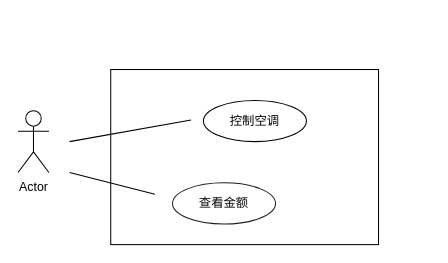
The draw.io diagram Doc&Ref/Phase3/customer/用例图.drawio in RiddMa/SoftwareEngineering2021, before the edit. Source tidied: cells renumbered, new cells numbered last; positions are measured from the earlier drawing's top-left corner, leaving out a move shared by most shapes. Both pictures are drawn from the tidied source at 103%, with x=0, y=0 at pixel (18, 69).
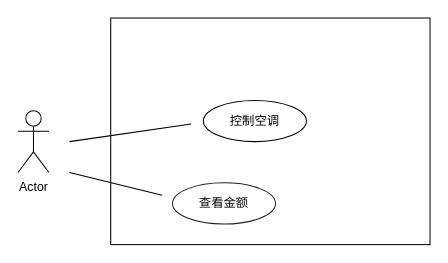
The same diagram, later.

Change to the diagram source:
```diff
@@
 <mxGraphModel background="#ffffff">
   <root>
     <mxCell id="0" />
     <mxCell id="1" parent="0" />
     <mxCell id="2" style="rounded=0;whiteSpace=wrap;html=1;fillColor=#FFFFFF;strokeColor=#000000;" parent="1" vertex="1">
-      <mxGeometry x="90" width="260" height="170" as="geometry" />
+      <mxGeometry x="90" y="-50" width="310" height="220" as="geometry" />
     </mxCell>
     <mxCell id="3" value="Actor" style="shape=umlActor;verticalLabelPosition=bottom;verticalAlign=top;html=1;strokeColor=#050505;" parent="1" vertex="1">
       <mxGeometry y="40" width="30" height="60" as="geometry" />
     </mxCell>
     <mxCell id="4" value="控制空调" style="ellipse;whiteSpace=wrap;html=1;fontColor=#000000;strokeColor=#000000;fillColor=#FFFFFF;" parent="1" vertex="1">
       <mxGeometry x="180" y="30" width="100" height="40" as="geometry" />
     </mxCell>
     <mxCell id="5" value="查看金额" style="ellipse;whiteSpace=wrap;html=1;fillColor=#FFFFFF;strokeColor=#1C1C1C;fontColor=#050505;" parent="1" vertex="1">
       <mxGeometry x="150" y="110" width="100" height="40" as="geometry" />
     </mxCell>
-    <mxCell id="6" style="endArrow=none;html=1;entryX=0.3;entryY=0.288;entryDx=0;entryDy=0;entryPerimeter=0;strokeColor=#000000;" parent="1" edge="1" target="2">
+    <mxCell id="6" style="endArrow=none;html=1;entryX=0.252;entryY=0.468;entryDx=0;entryDy=0;entryPerimeter=0;strokeColor=#000000;" parent="1" edge="1" target="2">
       <mxGeometry relative="1" as="geometry">
         <mxPoint x="50" y="70" as="sourcePoint" />
       </mxGeometry>
     </mxCell>
-    <mxCell id="7" style="endArrow=none;html=1;entryX=0.165;entryY=0.712;entryDx=0;entryDy=0;entryPerimeter=0;strokeColor=#000000;" parent="1" edge="1" target="2">
+    <mxCell id="7" style="endArrow=none;html=1;entryX=0.161;entryY=0.782;entryDx=0;entryDy=0;entryPerimeter=0;strokeColor=#000000;" parent="1" edge="1" target="2">
       <mxGeometry relative="1" as="geometry">
         <mxPoint x="50" y="100" as="sourcePoint" />
       </mxGeometry>
     </mxCell>
   </root>
 </mxGraphModel>
```
